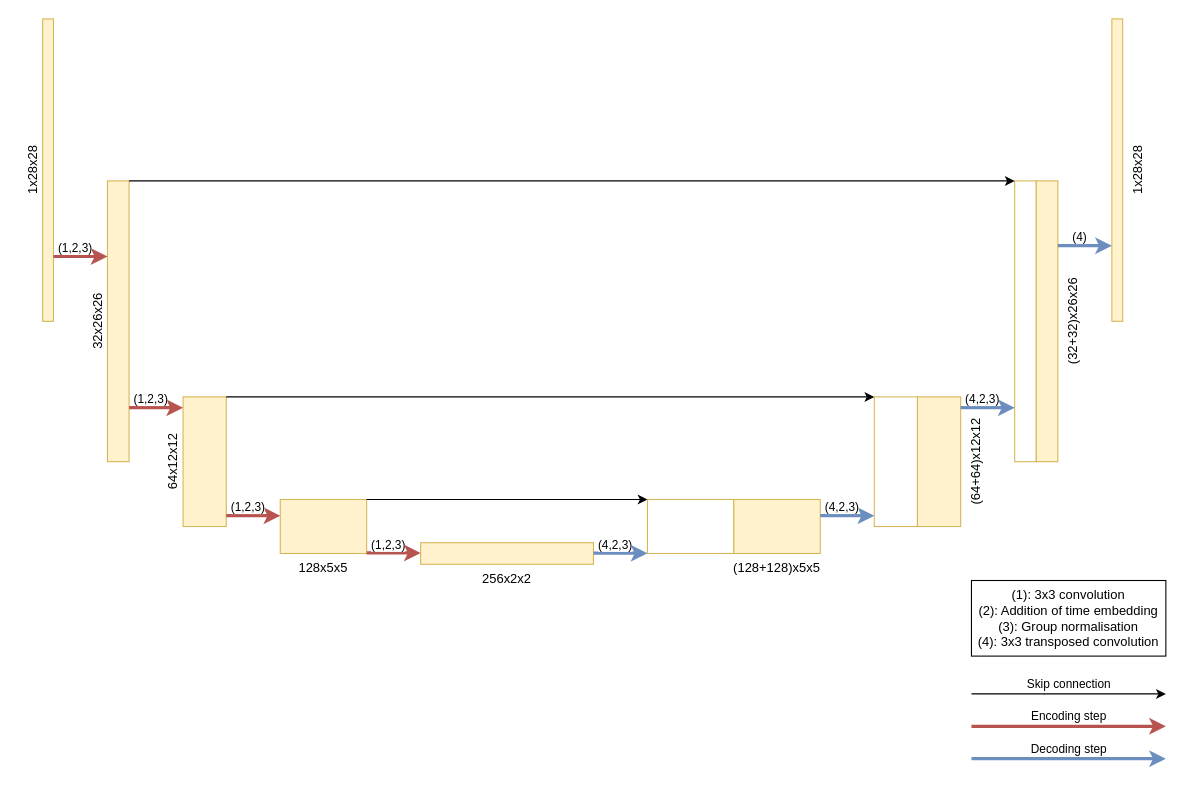
Before: plots/U net.drawio in harrya32/conditional_diffusion_simulation, a draw.io diagram. Source tidied: cells renumbered, new cells numbered last; positions are measured from the earlier drawing's top-left corner, leaving out a move shared by most shapes. Both pictures are drawn from the tidied source at 108%, with x=0, y=0 at pixel (42, 18).
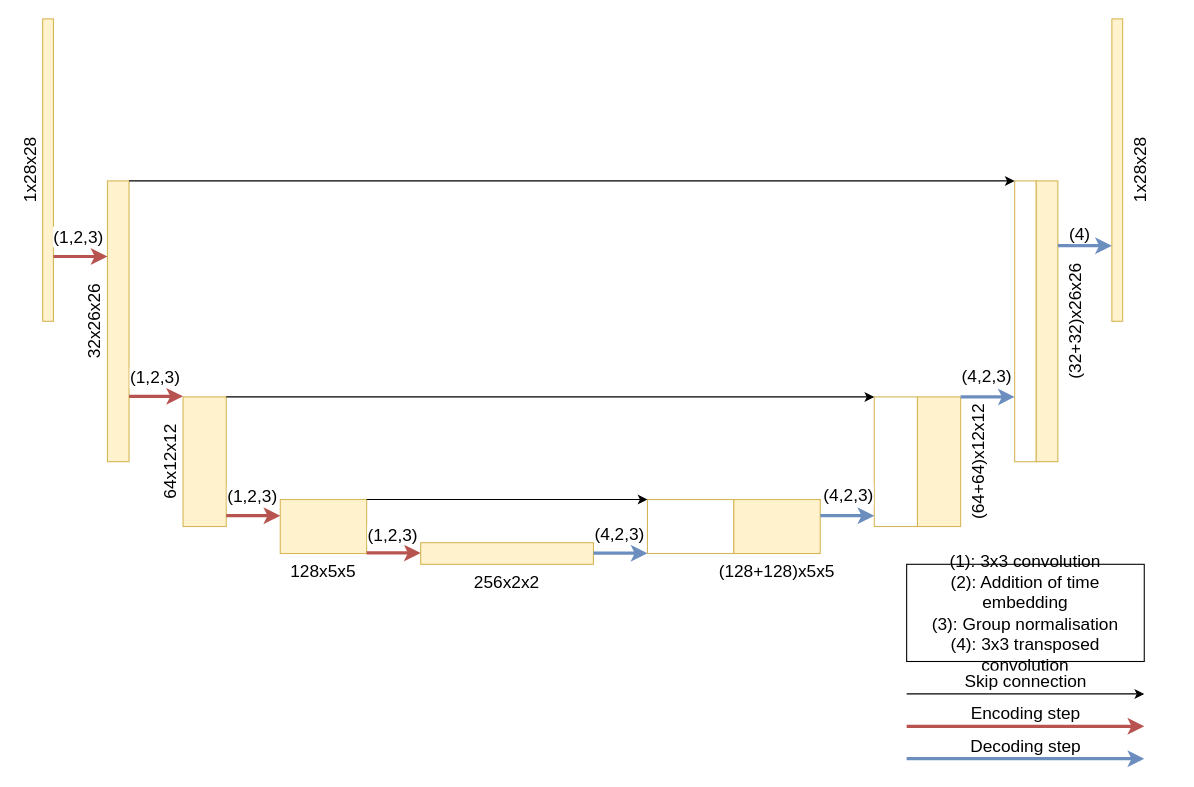
The same diagram, later.

Commit message (it also covers changes not shown here):
updated unet diagram

Unchanged cells that the change refers to:
```xml
<mxCell id="14" style="endArrow=classic;html=1;fontFamily=computer modern;fillColor=#f8cecc;strokeColor=#b85450;strokeWidth=3;" parent="1" edge="1">
  <mxGeometry relative="1" as="geometry">
    <mxPoint x="10" y="220" as="sourcePoint" />
    <mxPoint x="60" y="220" as="targetPoint" />
  </mxGeometry>
</mxCell>
```

Diff of the diagram source:
```diff
@@
-    <mxCell id="2" value="&lt;font face=&quot;computer modern&quot;&gt;1x28x28&lt;/font&gt;" style="rounded=0;whiteSpace=wrap;html=1;labelPosition=left;verticalLabelPosition=middle;align=center;verticalAlign=bottom;horizontal=0;fillColor=#fff2cc;strokeColor=#d6b656;" parent="1" vertex="1">
+    <mxCell id="2" value="&lt;font face=&quot;computer modern&quot; style=&quot;font-size: 16px;&quot;&gt;1x28x28&lt;/font&gt;" style="rounded=0;whiteSpace=wrap;html=1;labelPosition=left;verticalLabelPosition=middle;align=center;verticalAlign=bottom;horizontal=0;fillColor=#fff2cc;strokeColor=#d6b656;fontSize=16;" parent="1" vertex="1">
       <mxGeometry width="10" height="280" as="geometry" />
     </mxCell>
-    <mxCell id="3" value="&lt;font face=&quot;computer modern&quot;&gt;32x26x26&lt;/font&gt;" style="rounded=0;whiteSpace=wrap;html=1;labelPosition=left;verticalLabelPosition=middle;align=center;verticalAlign=bottom;horizontal=0;fillColor=#fff2cc;strokeColor=#d6b656;" parent="1" vertex="1">
+    <mxCell id="3" value="&lt;font face=&quot;computer modern&quot; style=&quot;font-size: 16px;&quot;&gt;32x26x26&lt;/font&gt;" style="rounded=0;whiteSpace=wrap;html=1;labelPosition=left;verticalLabelPosition=middle;align=center;verticalAlign=bottom;horizontal=0;fillColor=#fff2cc;strokeColor=#d6b656;fontSize=16;" parent="1" vertex="1">
       <mxGeometry x="60" y="150" width="20" height="260" as="geometry" />
     </mxCell>
-    <mxCell id="4" value="64x12x12" style="rounded=0;whiteSpace=wrap;html=1;fontFamily=computer modern;horizontal=0;verticalAlign=bottom;labelPosition=left;verticalLabelPosition=middle;align=center;fillColor=#fff2cc;strokeColor=#d6b656;" parent="1" vertex="1">
+    <mxCell id="4" value="64x12x12" style="rounded=0;whiteSpace=wrap;html=1;fontFamily=computer modern;horizontal=0;verticalAlign=bottom;labelPosition=left;verticalLabelPosition=middle;align=center;fillColor=#fff2cc;strokeColor=#d6b656;fontSize=16;" parent="1" vertex="1">
       <mxGeometry x="130" y="350" width="40" height="120" as="geometry" />
     </mxCell>
-    <mxCell id="5" value="128x5x5" style="rounded=0;whiteSpace=wrap;html=1;labelPosition=center;verticalLabelPosition=bottom;align=center;verticalAlign=top;horizontal=1;fontFamily=computer modern;fillColor=#fff2cc;strokeColor=#d6b656;" parent="1" vertex="1">
+    <mxCell id="5" value="128x5x5" style="rounded=0;whiteSpace=wrap;html=1;labelPosition=center;verticalLabelPosition=bottom;align=center;verticalAlign=top;horizontal=1;fontFamily=computer modern;fillColor=#fff2cc;strokeColor=#d6b656;fontSize=16;" parent="1" vertex="1">
       <mxGeometry x="220" y="445" width="80" height="50" as="geometry" />
     </mxCell>
-    <mxCell id="6" value="256x2x2" style="rounded=0;whiteSpace=wrap;html=1;fontFamily=computer modern;horizontal=1;verticalAlign=top;labelPosition=center;verticalLabelPosition=bottom;align=center;fillColor=#fff2cc;strokeColor=#d6b656;" parent="1" vertex="1">
+    <mxCell id="6" value="256x2x2" style="rounded=0;whiteSpace=wrap;html=1;fontFamily=computer modern;horizontal=1;verticalAlign=top;labelPosition=center;verticalLabelPosition=bottom;align=center;fillColor=#fff2cc;strokeColor=#d6b656;fontSize=16;" parent="1" vertex="1">
       <mxGeometry x="350" y="485" width="160" height="20" as="geometry" />
     </mxCell>
@@
-    <mxCell id="10" value="&lt;font face=&quot;computer modern&quot;&gt;1x28x28&lt;/font&gt;" style="rounded=0;whiteSpace=wrap;html=1;labelPosition=right;verticalLabelPosition=middle;align=center;verticalAlign=top;horizontal=0;fillColor=#fff2cc;strokeColor=#d6b656;" parent="1" vertex="1">
+    <mxCell id="10" value="&lt;font face=&quot;computer modern&quot; style=&quot;font-size: 16px;&quot;&gt;1x28x28&lt;/font&gt;" style="rounded=0;whiteSpace=wrap;html=1;labelPosition=right;verticalLabelPosition=middle;align=center;verticalAlign=top;horizontal=0;fillColor=#fff2cc;strokeColor=#d6b656;fontSize=16;" parent="1" vertex="1">
       <mxGeometry x="990" width="10" height="280" as="geometry" />
     </mxCell>
@@
-    <mxCell id="15" value="(1,2,3)" style="edgeLabel;html=1;align=center;verticalAlign=bottom;fontFamily=computer modern;labelPosition=center;verticalLabelPosition=top;" parent="14" vertex="1">
-      <mxGeometry x="-0.25" relative="1" as="geometry" />
+    <mxCell id="15" value="(1,2,3)" style="edgeLabel;html=1;align=center;verticalAlign=bottom;fontFamily=computer modern;labelPosition=center;verticalLabelPosition=top;fontSize=16;" parent="14" vertex="1">
+      <mxGeometry x="-0.25" relative="1" as="geometry">
+        <mxPoint x="3" y="-7" as="offset" />
+      </mxGeometry>
     </mxCell>
-    <mxCell id="16" value="&lt;span&gt;(128+128)x5x5&lt;/span&gt;" style="rounded=0;whiteSpace=wrap;html=1;labelPosition=center;verticalLabelPosition=bottom;align=center;verticalAlign=top;horizontal=1;fontFamily=computer modern;fillColor=#fff2cc;strokeColor=#d6b656;" parent="1" vertex="1">
+    <mxCell id="16" value="&lt;span style=&quot;font-size: 16px;&quot;&gt;(128+128)x5x5&lt;/span&gt;" style="rounded=0;whiteSpace=wrap;html=1;labelPosition=center;verticalLabelPosition=bottom;align=center;verticalAlign=top;horizontal=1;fontFamily=computer modern;fillColor=#fff2cc;strokeColor=#d6b656;fontSize=16;" parent="1" vertex="1">
       <mxGeometry x="640" y="445" width="80" height="50" as="geometry" />
     </mxCell>
-    <mxCell id="17" value="&lt;span&gt;(64+64)x12x12&lt;/span&gt;" style="rounded=0;whiteSpace=wrap;html=1;fontFamily=computer modern;horizontal=0;verticalAlign=top;labelPosition=right;verticalLabelPosition=middle;align=center;fillColor=#fff2cc;strokeColor=#d6b656;" parent="1" vertex="1">
+    <mxCell id="17" value="&lt;span style=&quot;font-size: 16px;&quot;&gt;(64+64)x12x12&lt;/span&gt;" style="rounded=0;whiteSpace=wrap;html=1;fontFamily=computer modern;horizontal=0;verticalAlign=top;labelPosition=right;verticalLabelPosition=middle;align=center;fillColor=#fff2cc;strokeColor=#d6b656;fontSize=16;" parent="1" vertex="1">
       <mxGeometry x="810" y="350" width="40" height="120" as="geometry" />
     </mxCell>
-    <mxCell id="18" value="&lt;span style=&quot;font-family: &amp;quot;computer modern&amp;quot;&quot;&gt;(32+32)x26x26&lt;/span&gt;" style="rounded=0;whiteSpace=wrap;html=1;labelPosition=right;verticalLabelPosition=middle;align=center;verticalAlign=top;horizontal=0;fillColor=#fff2cc;strokeColor=#d6b656;" parent="1" vertex="1">
+    <mxCell id="18" value="&lt;span style=&quot;font-family: &amp;quot;computer modern&amp;quot;; font-size: 16px;&quot;&gt;(32+32)x26x26&lt;/span&gt;" style="rounded=0;whiteSpace=wrap;html=1;labelPosition=right;verticalLabelPosition=middle;align=center;verticalAlign=top;horizontal=0;fillColor=#fff2cc;strokeColor=#d6b656;fontSize=16;" parent="1" vertex="1">
       <mxGeometry x="920" y="150" width="20" height="260" as="geometry" />
     </mxCell>
     <mxCell id="19" style="endArrow=classic;html=1;fontFamily=computer modern;fillColor=#f8cecc;strokeColor=#b85450;strokeWidth=3;" parent="1" edge="1">
       <mxGeometry relative="1" as="geometry">
-        <mxPoint x="80" y="360" as="sourcePoint" />
-        <mxPoint x="130" y="360" as="targetPoint" />
+        <mxPoint x="80" y="349.5" as="sourcePoint" />
+        <mxPoint x="130" y="349.5" as="targetPoint" />
       </mxGeometry>
     </mxCell>
-    <mxCell id="20" value="(1,2,3)" style="edgeLabel;html=1;align=center;verticalAlign=bottom;fontFamily=computer modern;labelPosition=center;verticalLabelPosition=top;" parent="19" vertex="1">
-      <mxGeometry x="-0.25" relative="1" as="geometry" />
+    <mxCell id="20" value="(1,2,3)" style="edgeLabel;html=1;align=center;verticalAlign=bottom;fontFamily=computer modern;labelPosition=center;verticalLabelPosition=top;fontSize=16;" parent="19" vertex="1">
+      <mxGeometry x="-0.25" relative="1" as="geometry">
+        <mxPoint x="4.2" y="-7" as="offset" />
+      </mxGeometry>
     </mxCell>
-    <mxCell id="21" style="endArrow=classic;html=1;fontFamily=computer modern;fillColor=#f8cecc;strokeColor=#b85450;strokeWidth=3;" parent="1" edge="1">
+    <mxCell id="21" style="endArrow=classic;html=1;fontFamily=computer modern;fillColor=#f8cecc;strokeColor=#b85450;strokeWidth=3;fontSize=16;" parent="1" edge="1">
       <mxGeometry relative="1" as="geometry">
         <mxPoint x="170" y="460" as="sourcePoint" />
         <mxPoint x="220" y="460" as="targetPoint" />
       </mxGeometry>
     </mxCell>
-    <mxCell id="22" value="(1,2,3)" style="edgeLabel;html=1;align=center;verticalAlign=bottom;fontFamily=computer modern;labelPosition=center;verticalLabelPosition=top;" parent="21" vertex="1">
-      <mxGeometry x="-0.25" relative="1" as="geometry" />
+    <mxCell id="22" value="(1,2,3)" style="edgeLabel;html=1;align=center;verticalAlign=bottom;fontFamily=computer modern;labelPosition=center;verticalLabelPosition=top;fontSize=16;" parent="21" vertex="1">
+      <mxGeometry x="-0.25" relative="1" as="geometry">
+        <mxPoint x="4" y="-7" as="offset" />
+      </mxGeometry>
     </mxCell>
-    <mxCell id="23" style="endArrow=classic;html=1;fontFamily=computer modern;fillColor=#f8cecc;strokeColor=#b85450;strokeWidth=3;" parent="1" edge="1">
+    <mxCell id="23" style="endArrow=classic;html=1;fontFamily=computer modern;fillColor=#f8cecc;strokeColor=#b85450;strokeWidth=3;fontSize=16;" parent="1" edge="1">
       <mxGeometry relative="1" as="geometry">
         <mxPoint x="300" y="494.5" as="sourcePoint" />
         <mxPoint x="350" y="494.5" as="targetPoint" />
       </mxGeometry>
     </mxCell>
-    <mxCell id="24" value="(1,2,3)" style="edgeLabel;html=1;align=center;verticalAlign=bottom;fontFamily=computer modern;labelPosition=center;verticalLabelPosition=top;" parent="23" vertex="1">
-      <mxGeometry x="-0.25" relative="1" as="geometry" />
+    <mxCell id="24" value="(1,2,3)" style="edgeLabel;html=1;align=center;verticalAlign=bottom;fontFamily=computer modern;labelPosition=center;verticalLabelPosition=top;fontSize=16;" parent="23" vertex="1">
+      <mxGeometry x="-0.25" relative="1" as="geometry">
+        <mxPoint x="4" y="-6" as="offset" />
+      </mxGeometry>
     </mxCell>
-    <mxCell id="25" style="endArrow=classic;html=1;fontFamily=computer modern;fillColor=#dae8fc;strokeColor=#6c8ebf;strokeWidth=3;" parent="1" edge="1">
+    <mxCell id="25" style="endArrow=classic;html=1;fontFamily=computer modern;fillColor=#dae8fc;strokeColor=#6c8ebf;strokeWidth=3;fontSize=16;" parent="1" edge="1">
       <mxGeometry relative="1" as="geometry">
         <mxPoint x="510" y="494.7" as="sourcePoint" />
         <mxPoint x="560" y="494.7" as="targetPoint" />
       </mxGeometry>
     </mxCell>
-    <mxCell id="26" value="(4,2,3)" style="edgeLabel;html=1;align=center;verticalAlign=bottom;fontFamily=computer modern;labelPosition=center;verticalLabelPosition=top;" parent="25" vertex="1">
-      <mxGeometry x="-0.25" relative="1" as="geometry" />
+    <mxCell id="26" value="(4,2,3)" style="edgeLabel;html=1;align=center;verticalAlign=bottom;fontFamily=computer modern;labelPosition=center;verticalLabelPosition=top;fontSize=16;" parent="25" vertex="1">
+      <mxGeometry x="-0.25" relative="1" as="geometry">
+        <mxPoint x="4" y="-7" as="offset" />
+      </mxGeometry>
     </mxCell>
-    <mxCell id="27" style="endArrow=classic;html=1;fontFamily=computer modern;fillColor=#dae8fc;strokeColor=#6c8ebf;strokeWidth=3;" parent="1" edge="1">
+    <mxCell id="27" style="endArrow=classic;html=1;fontFamily=computer modern;fillColor=#dae8fc;strokeColor=#6c8ebf;strokeWidth=3;fontSize=16;" parent="1" edge="1">
       <mxGeometry relative="1" as="geometry">
         <mxPoint x="720" y="460" as="sourcePoint" />
         <mxPoint x="770" y="460" as="targetPoint" />
       </mxGeometry>
     </mxCell>
-    <mxCell id="28" value="(4,2,3)" style="edgeLabel;html=1;align=center;verticalAlign=bottom;fontFamily=computer modern;labelPosition=center;verticalLabelPosition=top;" parent="27" vertex="1">
-      <mxGeometry x="-0.25" relative="1" as="geometry" />
+    <mxCell id="28" value="(4,2,3)" style="edgeLabel;html=1;align=center;verticalAlign=bottom;fontFamily=computer modern;labelPosition=center;verticalLabelPosition=top;fontSize=16;" parent="27" vertex="1">
+      <mxGeometry x="-0.25" relative="1" as="geometry">
+        <mxPoint x="6" y="-8" as="offset" />
+      </mxGeometry>
     </mxCell>
-    <mxCell id="29" style="endArrow=classic;html=1;fontFamily=computer modern;fillColor=#dae8fc;strokeColor=#6c8ebf;strokeWidth=3;" parent="1" edge="1">
+    <mxCell id="29" style="endArrow=classic;html=1;fontFamily=computer modern;fillColor=#dae8fc;strokeColor=#6c8ebf;strokeWidth=3;fontSize=16;" parent="1" edge="1">
       <mxGeometry relative="1" as="geometry">
-        <mxPoint x="850" y="360" as="sourcePoint" />
-        <mxPoint x="900" y="360" as="targetPoint" />
+        <mxPoint x="850" y="350" as="sourcePoint" />
+        <mxPoint x="900" y="350" as="targetPoint" />
       </mxGeometry>
     </mxCell>
-    <mxCell id="30" value="(4,2,3)" style="edgeLabel;html=1;align=center;verticalAlign=bottom;fontFamily=computer modern;labelPosition=center;verticalLabelPosition=top;" parent="29" vertex="1">
-      <mxGeometry x="-0.25" relative="1" as="geometry" />
+    <mxCell id="30" value="(4,2,3)" style="edgeLabel;html=1;align=center;verticalAlign=bottom;fontFamily=computer modern;labelPosition=center;verticalLabelPosition=top;fontSize=16;" parent="29" vertex="1">
+      <mxGeometry x="-0.25" relative="1" as="geometry">
+        <mxPoint x="4" y="-8" as="offset" />
+      </mxGeometry>
     </mxCell>
-    <mxCell id="31" style="endArrow=classic;html=1;fontFamily=computer modern;fillColor=#dae8fc;strokeColor=#6c8ebf;strokeWidth=3;" parent="1" edge="1">
+    <mxCell id="31" style="endArrow=classic;html=1;fontFamily=computer modern;fillColor=#dae8fc;strokeColor=#6c8ebf;strokeWidth=3;fontSize=16;" parent="1" edge="1">
       <mxGeometry relative="1" as="geometry">
         <mxPoint x="940" y="210" as="sourcePoint" />
         <mxPoint x="990" y="210" as="targetPoint" />
       </mxGeometry>
     </mxCell>
-    <mxCell id="32" value="(4)" style="edgeLabel;html=1;align=center;verticalAlign=bottom;fontFamily=computer modern;labelPosition=center;verticalLabelPosition=top;" parent="31" vertex="1">
+    <mxCell id="32" value="(4)" style="edgeLabel;html=1;align=center;verticalAlign=bottom;fontFamily=computer modern;labelPosition=center;verticalLabelPosition=top;fontSize=16;" parent="31" vertex="1">
       <mxGeometry x="-0.25" relative="1" as="geometry" />
     </mxCell>
-    <mxCell id="33" value="&lt;span&gt;(1): 3x3 convolution&lt;/span&gt;&lt;br&gt;&lt;span&gt;(2): Addition of time embedding&lt;br&gt;(3): Group normalisation&lt;br&gt;(4): 3x3 transposed convolution&lt;br&gt;&lt;/span&gt;" style="rounded=0;whiteSpace=wrap;html=1;strokeColor=#000000;fillColor=#ffffff;fontFamily=computer modern;align=center;" parent="1" vertex="1">
-      <mxGeometry x="860" y="520" width="180" height="70" as="geometry" />
+    <mxCell id="33" value="&lt;span style=&quot;font-size: 16px;&quot;&gt;(1): 3x3 convolution&lt;/span&gt;&lt;br style=&quot;font-size: 16px;&quot;&gt;&lt;span style=&quot;font-size: 16px;&quot;&gt;(2): Addition of time embedding&lt;br style=&quot;font-size: 16px;&quot;&gt;(3): Group normalisation&lt;br style=&quot;font-size: 16px;&quot;&gt;(4): 3x3 transposed convolution&lt;br style=&quot;font-size: 16px;&quot;&gt;&lt;/span&gt;" style="rounded=0;whiteSpace=wrap;html=1;strokeColor=#000000;fillColor=#ffffff;fontFamily=computer modern;align=center;fontSize=16;" parent="1" vertex="1">
+      <mxGeometry x="800" y="505" width="220" height="90" as="geometry" />
     </mxCell>
-    <mxCell id="34" value="Skip connection" style="endArrow=classic;html=1;fontFamily=computer modern;exitX=1;exitY=0;exitDx=0;exitDy=0;labelPosition=center;verticalLabelPosition=top;align=center;verticalAlign=bottom;" parent="1" edge="1">
+    <mxCell id="34" value="Skip connection" style="endArrow=classic;html=1;fontFamily=computer modern;labelPosition=center;verticalLabelPosition=top;align=center;verticalAlign=bottom;fontSize=16;" parent="1" edge="1">
       <mxGeometry relative="1" as="geometry">
-        <mxPoint x="860" y="625" as="sourcePoint" />
-        <mxPoint x="1040" y="625" as="targetPoint" />
+        <mxPoint x="800" y="625" as="sourcePoint" />
+        <mxPoint x="1020" y="625" as="targetPoint" />
       </mxGeometry>
     </mxCell>
-    <mxCell id="35" value="Encoding step" style="endArrow=classic;html=1;fontFamily=computer modern;fillColor=#f8cecc;strokeColor=#b85450;strokeWidth=3;labelPosition=center;verticalLabelPosition=top;align=center;verticalAlign=bottom;" parent="1" edge="1">
+    <mxCell id="35" value="Encoding step" style="endArrow=classic;html=1;fontFamily=computer modern;fillColor=#f8cecc;strokeColor=#b85450;strokeWidth=3;labelPosition=center;verticalLabelPosition=top;align=center;verticalAlign=bottom;fontSize=16;" parent="1" edge="1">
       <mxGeometry relative="1" as="geometry">
-        <mxPoint x="860" y="655" as="sourcePoint" />
-        <mxPoint x="1040" y="655" as="targetPoint" />
+        <mxPoint x="800" y="655" as="sourcePoint" />
+        <mxPoint x="1020" y="655" as="targetPoint" />
       </mxGeometry>
     </mxCell>
-    <mxCell id="36" value="Decoding step" style="endArrow=classic;html=1;fontFamily=computer modern;fillColor=#dae8fc;strokeColor=#6c8ebf;strokeWidth=3;labelPosition=center;verticalLabelPosition=top;align=center;verticalAlign=bottom;" parent="1" edge="1">
+    <mxCell id="36" value="Decoding step" style="endArrow=classic;html=1;fontFamily=computer modern;fillColor=#dae8fc;strokeColor=#6c8ebf;strokeWidth=3;labelPosition=center;verticalLabelPosition=top;align=center;verticalAlign=bottom;fontSize=16;" parent="1" edge="1">
       <mxGeometry relative="1" as="geometry">
-        <mxPoint x="860" y="685" as="sourcePoint" />
-        <mxPoint x="1040" y="685" as="targetPoint" />
+        <mxPoint x="800" y="685" as="sourcePoint" />
+        <mxPoint x="1020" y="685" as="targetPoint" />
       </mxGeometry>
     </mxCell>
```
